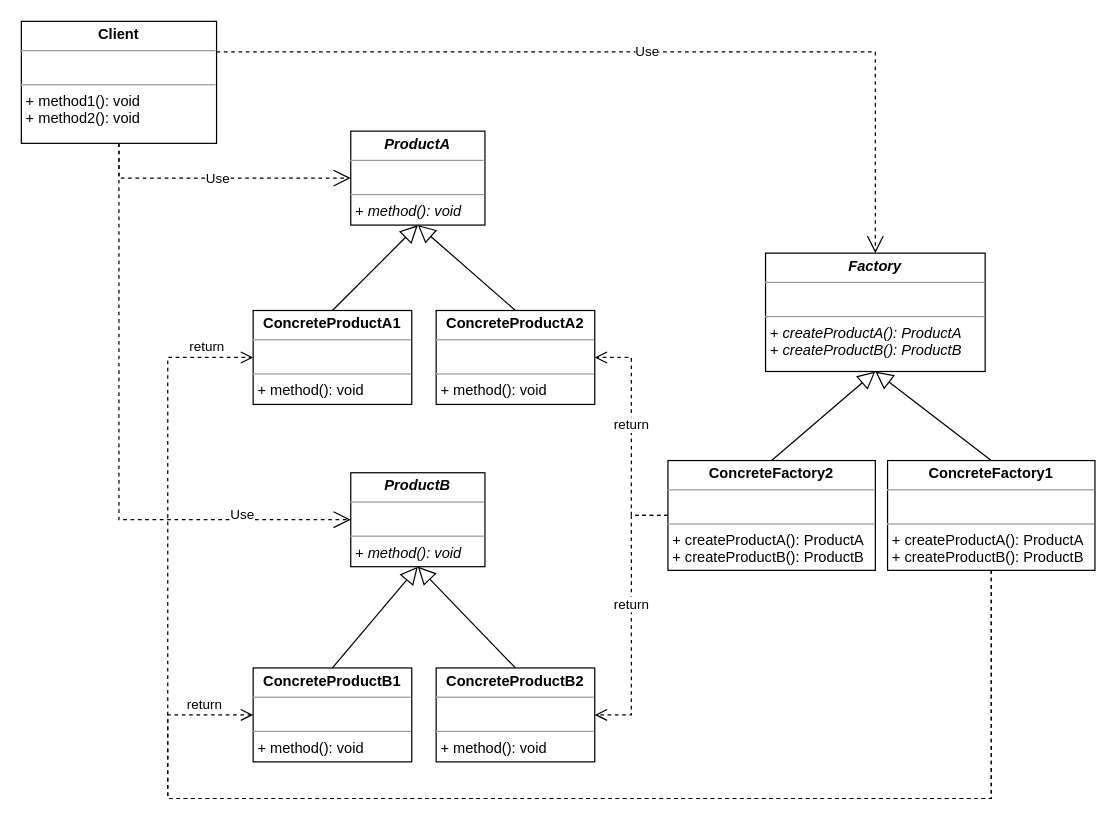
NinaWan/DesignPattern keeps this draw.io diagram as src/main/java/GoF/creational/abstractfactory/imgs/AbstractFactory.drawio. Above is the earlier version. Source tidied: cells renumbered, new cells numbered last; positions are measured from the earlier drawing's top-left corner, leaving out a move shared by most shapes. Both pictures are drawn from the tidied source at 122%, with x=0, y=0 at pixel (21, 21).
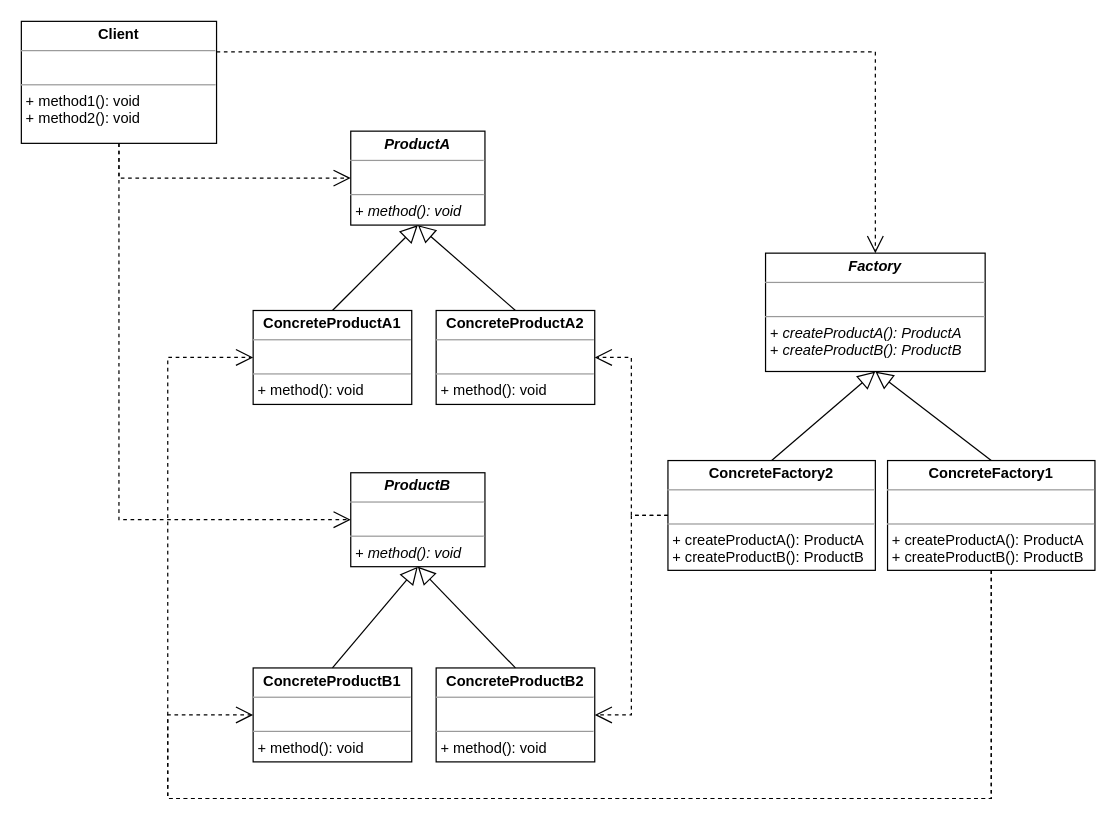
The same diagram, later.

Unchanged cells that the change refers to:
```xml
<mxCell id="2" value="&lt;p style=&quot;margin:0px;margin-top:4px;text-align:center;&quot;&gt;&lt;b&gt;&lt;i&gt;ProductA&lt;/i&gt;&lt;/b&gt;&lt;/p&gt;&lt;hr size=&quot;1&quot;&gt;&lt;p style=&quot;margin:0px;margin-left:4px;&quot;&gt;&lt;i&gt;&lt;br&gt;&lt;/i&gt;&lt;/p&gt;&lt;hr size=&quot;1&quot;&gt;&lt;p style=&quot;margin:0px;margin-left:4px;&quot;&gt;&lt;i&gt;+ method(): void&lt;/i&gt;&lt;/p&gt;" style="verticalAlign=top;align=left;overflow=fill;fontSize=12;fontFamily=Helvetica;html=1;" parent="1" vertex="1">
  <mxGeometry x="270" y="90" width="110" height="77" as="geometry" />
</mxCell>
<mxCell id="3" value="&lt;p style=&quot;margin:0px;margin-top:4px;text-align:center;&quot;&gt;&lt;b&gt;ConcreteProductA1&lt;/b&gt;&lt;/p&gt;&lt;hr size=&quot;1&quot;&gt;&lt;p style=&quot;margin:0px;margin-left:4px;&quot;&gt;&lt;br&gt;&lt;/p&gt;&lt;hr size=&quot;1&quot;&gt;&lt;p style=&quot;margin:0px;margin-left:4px;&quot;&gt;+ method(): void&lt;/p&gt;" style="verticalAlign=top;align=left;overflow=fill;fontSize=12;fontFamily=Helvetica;html=1;" parent="1" vertex="1">
  <mxGeometry x="190" y="237" width="130" height="77" as="geometry" />
</mxCell>
<mxCell id="4" value="&lt;p style=&quot;margin:0px;margin-top:4px;text-align:center;&quot;&gt;&lt;b&gt;ConcreteProductA2&lt;/b&gt;&lt;/p&gt;&lt;hr size=&quot;1&quot;&gt;&lt;p style=&quot;margin:0px;margin-left:4px;&quot;&gt;&lt;br&gt;&lt;/p&gt;&lt;hr size=&quot;1&quot;&gt;&lt;p style=&quot;margin:0px;margin-left:4px;&quot;&gt;+ method(): void&lt;br&gt;&lt;/p&gt;" style="verticalAlign=top;align=left;overflow=fill;fontSize=12;fontFamily=Helvetica;html=1;" parent="1" vertex="1">
  <mxGeometry x="340" y="237" width="130" height="77" as="geometry" />
</mxCell>
<mxCell id="7" value="&lt;p style=&quot;margin:0px;margin-top:4px;text-align:center;&quot;&gt;&lt;b&gt;Client&lt;/b&gt;&lt;/p&gt;&lt;hr size=&quot;1&quot;&gt;&lt;p style=&quot;margin:0px;margin-left:4px;&quot;&gt;&lt;br&gt;&lt;/p&gt;&lt;hr size=&quot;1&quot;&gt;&lt;p style=&quot;margin:0px;margin-left:4px;&quot;&gt;&lt;span style=&quot;background-color: initial;&quot;&gt;+ method1(): void&lt;/span&gt;&lt;br&gt;&lt;/p&gt;&lt;p style=&quot;margin:0px;margin-left:4px;&quot;&gt;+ method2(): void&lt;span style=&quot;background-color: initial;&quot;&gt;&lt;br&gt;&lt;/span&gt;&lt;/p&gt;" style="verticalAlign=top;align=left;overflow=fill;fontSize=12;fontFamily=Helvetica;html=1;" parent="1" vertex="1">
  <mxGeometry width="160" height="100" as="geometry" />
</mxCell>
<mxCell id="8" value="&lt;p style=&quot;margin:0px;margin-top:4px;text-align:center;&quot;&gt;&lt;b&gt;&lt;i&gt;ProductB&lt;/i&gt;&lt;/b&gt;&lt;/p&gt;&lt;hr size=&quot;1&quot;&gt;&lt;p style=&quot;margin:0px;margin-left:4px;&quot;&gt;&lt;i&gt;&lt;br&gt;&lt;/i&gt;&lt;/p&gt;&lt;hr size=&quot;1&quot;&gt;&lt;p style=&quot;margin:0px;margin-left:4px;&quot;&gt;&lt;i style=&quot;background-color: initial;&quot;&gt;+ method(): void&lt;/i&gt;&lt;/p&gt;" style="verticalAlign=top;align=left;overflow=fill;fontSize=12;fontFamily=Helvetica;html=1;" parent="1" vertex="1">
  <mxGeometry x="270" y="370" width="110" height="77" as="geometry" />
</mxCell>
<mxCell id="9" value="&lt;p style=&quot;margin:0px;margin-top:4px;text-align:center;&quot;&gt;&lt;b&gt;ConcreteProductB1&lt;/b&gt;&lt;/p&gt;&lt;hr size=&quot;1&quot;&gt;&lt;p style=&quot;margin:0px;margin-left:4px;&quot;&gt;&lt;br&gt;&lt;/p&gt;&lt;hr size=&quot;1&quot;&gt;&lt;p style=&quot;margin:0px;margin-left:4px;&quot;&gt;+ method(): void&lt;/p&gt;" style="verticalAlign=top;align=left;overflow=fill;fontSize=12;fontFamily=Helvetica;html=1;" parent="1" vertex="1">
  <mxGeometry x="190" y="530" width="130" height="77" as="geometry" />
</mxCell>
<mxCell id="10" value="&lt;p style=&quot;margin:0px;margin-top:4px;text-align:center;&quot;&gt;&lt;b&gt;ConcreteProductB2&lt;/b&gt;&lt;/p&gt;&lt;hr size=&quot;1&quot;&gt;&lt;p style=&quot;margin:0px;margin-left:4px;&quot;&gt;&lt;br&gt;&lt;/p&gt;&lt;hr size=&quot;1&quot;&gt;&lt;p style=&quot;margin:0px;margin-left:4px;&quot;&gt;+ method(): void&lt;/p&gt;" style="verticalAlign=top;align=left;overflow=fill;fontSize=12;fontFamily=Helvetica;html=1;" parent="1" vertex="1">
  <mxGeometry x="340" y="530" width="130" height="77" as="geometry" />
</mxCell>
<mxCell id="13" value="&lt;p style=&quot;margin:0px;margin-top:4px;text-align:center;&quot;&gt;&lt;b&gt;&lt;i&gt;Factory&lt;/i&gt;&lt;/b&gt;&lt;/p&gt;&lt;hr size=&quot;1&quot;&gt;&lt;p style=&quot;margin:0px;margin-left:4px;&quot;&gt;&lt;br&gt;&lt;/p&gt;&lt;hr size=&quot;1&quot;&gt;&lt;p style=&quot;margin: 0px 0px 0px 4px;&quot;&gt;&lt;i&gt;+ createProductA(): ProductA&lt;/i&gt;&lt;/p&gt;&lt;p style=&quot;margin: 0px 0px 0px 4px;&quot;&gt;&lt;i&gt;+ createProductB(): ProductB&lt;/i&gt;&lt;/p&gt;" style="verticalAlign=top;align=left;overflow=fill;fontSize=12;fontFamily=Helvetica;html=1;" parent="1" vertex="1">
  <mxGeometry x="610" y="190" width="180" height="97" as="geometry" />
</mxCell>
<mxCell id="14" value="&lt;p style=&quot;margin:0px;margin-top:4px;text-align:center;&quot;&gt;&lt;b&gt;ConcreteFactory1&lt;/b&gt;&lt;/p&gt;&lt;hr size=&quot;1&quot;&gt;&lt;p style=&quot;margin:0px;margin-left:4px;&quot;&gt;&lt;br&gt;&lt;/p&gt;&lt;hr size=&quot;1&quot;&gt;&lt;p style=&quot;margin: 0px 0px 0px 4px;&quot;&gt;+ createProductA(): ProductA&lt;/p&gt;&lt;p style=&quot;margin: 0px 0px 0px 4px;&quot;&gt;+ createProductB(): ProductB&lt;/p&gt;" style="verticalAlign=top;align=left;overflow=fill;fontSize=12;fontFamily=Helvetica;html=1;" parent="1" vertex="1">
  <mxGeometry x="710" y="360" width="170" height="90" as="geometry" />
</mxCell>
<mxCell id="15" value="&lt;p style=&quot;margin:0px;margin-top:4px;text-align:center;&quot;&gt;&lt;b&gt;ConcreteFactory2&lt;/b&gt;&lt;/p&gt;&lt;hr size=&quot;1&quot;&gt;&lt;p style=&quot;margin:0px;margin-left:4px;&quot;&gt;&lt;br&gt;&lt;/p&gt;&lt;hr size=&quot;1&quot;&gt;&lt;p style=&quot;margin: 0px 0px 0px 4px;&quot;&gt;+ createProductA(): ProductA&lt;/p&gt;&lt;p style=&quot;margin: 0px 0px 0px 4px;&quot;&gt;+ createProductB(): ProductB&lt;/p&gt;" style="verticalAlign=top;align=left;overflow=fill;fontSize=12;fontFamily=Helvetica;html=1;" parent="1" vertex="1">
  <mxGeometry x="530" y="360" width="170" height="90" as="geometry" />
</mxCell>
```

What changed in the source:
```diff
@@
-    <mxCell id="18" value="return" style="html=1;verticalAlign=bottom;endArrow=open;dashed=1;endSize=8;rounded=0;exitX=0;exitY=0.5;exitDx=0;exitDy=0;entryX=1;entryY=0.5;entryDx=0;entryDy=0;edgeStyle=orthogonalEdgeStyle;" parent="1" edge="1" source="15" target="4">
+    <mxCell id="18" style="html=1;verticalAlign=bottom;endArrow=open;dashed=1;endSize=12;rounded=0;exitX=0;exitY=0.5;exitDx=0;exitDy=0;entryX=1;entryY=0.5;entryDx=0;entryDy=0;edgeStyle=orthogonalEdgeStyle;" parent="1" edge="1" source="15" target="4">
       <mxGeometry relative="1" as="geometry" />
     </mxCell>
-    <mxCell id="19" value="return" style="html=1;verticalAlign=bottom;endArrow=open;dashed=1;endSize=8;rounded=0;exitX=0;exitY=0.5;exitDx=0;exitDy=0;entryX=1;entryY=0.5;entryDx=0;entryDy=0;edgeStyle=orthogonalEdgeStyle;" parent="1" edge="1" source="15" target="10">
+    <mxCell id="19" style="html=1;verticalAlign=bottom;endArrow=open;dashed=1;endSize=12;rounded=0;exitX=0;exitY=0.5;exitDx=0;exitDy=0;entryX=1;entryY=0.5;entryDx=0;entryDy=0;edgeStyle=orthogonalEdgeStyle;" parent="1" edge="1" source="15" target="10">
       <mxGeometry relative="1" as="geometry" />
     </mxCell>
-    <mxCell id="20" value="return" style="html=1;verticalAlign=bottom;endArrow=open;dashed=1;endSize=8;rounded=0;exitX=0.5;exitY=1;exitDx=0;exitDy=0;entryX=0;entryY=0.5;entryDx=0;entryDy=0;edgeStyle=orthogonalEdgeStyle;" parent="1" edge="1" source="14" target="3">
+    <mxCell id="20" style="html=1;verticalAlign=bottom;endArrow=open;dashed=1;endSize=12;rounded=0;exitX=0.5;exitY=1;exitDx=0;exitDy=0;entryX=0;entryY=0.5;entryDx=0;entryDy=0;edgeStyle=orthogonalEdgeStyle;" parent="1" edge="1" source="14" target="3">
       <mxGeometry x="0.94" relative="1" as="geometry">
         <Array as="points">
           <mxPoint x="795" y="637" />
           <mxPoint x="120" y="637" />
           <mxPoint x="120" y="276" />
         </Array>
       </mxGeometry>
     </mxCell>
-    <mxCell id="21" value="return" style="html=1;verticalAlign=bottom;endArrow=open;dashed=1;endSize=8;rounded=0;exitX=0.5;exitY=1;exitDx=0;exitDy=0;entryX=0;entryY=0.5;entryDx=0;entryDy=0;edgeStyle=orthogonalEdgeStyle;" parent="1" edge="1" source="14" target="9">
+    <mxCell id="21" style="html=1;verticalAlign=bottom;endArrow=open;dashed=1;endSize=12;rounded=0;exitX=0.5;exitY=1;exitDx=0;exitDy=0;entryX=0;entryY=0.5;entryDx=0;entryDy=0;edgeStyle=orthogonalEdgeStyle;" parent="1" edge="1" source="14" target="9">
       <mxGeometry x="0.92" relative="1" as="geometry">
         <Array as="points">
           <mxPoint x="795" y="637" />
           <mxPoint x="120" y="637" />
           <mxPoint x="120" y="569" />
         </Array>
       </mxGeometry>
     </mxCell>
-    <mxCell id="22" value="Use" style="endArrow=open;endSize=12;dashed=1;html=1;rounded=0;exitX=0.5;exitY=1;exitDx=0;exitDy=0;entryX=0;entryY=0.5;entryDx=0;entryDy=0;edgeStyle=orthogonalEdgeStyle;" parent="1" edge="1" source="7" target="2">
+    <mxCell id="22" style="endArrow=open;endSize=12;dashed=1;html=1;rounded=0;exitX=0.5;exitY=1;exitDx=0;exitDy=0;entryX=0;entryY=0.5;entryDx=0;entryDy=0;edgeStyle=orthogonalEdgeStyle;" parent="1" edge="1" source="7" target="2">
       <mxGeometry relative="1" as="geometry" />
     </mxCell>
-    <mxCell id="23" value="Use" style="endArrow=open;endSize=12;dashed=1;html=1;rounded=0;exitX=0.5;exitY=1;exitDx=0;exitDy=0;entryX=0;entryY=0.5;entryDx=0;entryDy=0;edgeStyle=orthogonalEdgeStyle;" parent="1" edge="1" source="7" target="8">
+    <mxCell id="23" style="endArrow=open;endSize=12;dashed=1;html=1;rounded=0;exitX=0.5;exitY=1;exitDx=0;exitDy=0;entryX=0;entryY=0.5;entryDx=0;entryDy=0;edgeStyle=orthogonalEdgeStyle;" parent="1" edge="1" source="7" target="8">
       <mxGeometry x="0.64" y="5" relative="1" as="geometry" />
     </mxCell>
-    <mxCell id="24" value="Use" style="endArrow=open;endSize=12;dashed=1;html=1;rounded=0;exitX=1;exitY=0.25;exitDx=0;exitDy=0;entryX=0.5;entryY=0;entryDx=0;entryDy=0;edgeStyle=orthogonalEdgeStyle;" parent="1" edge="1" source="7" target="13">
+    <mxCell id="24" style="endArrow=open;endSize=12;dashed=1;html=1;rounded=0;exitX=1;exitY=0.25;exitDx=0;exitDy=0;entryX=0.5;entryY=0;entryDx=0;entryDy=0;edgeStyle=orthogonalEdgeStyle;" parent="1" edge="1" source="7" target="13">
       <mxGeometry relative="1" as="geometry" />
     </mxCell>
```
